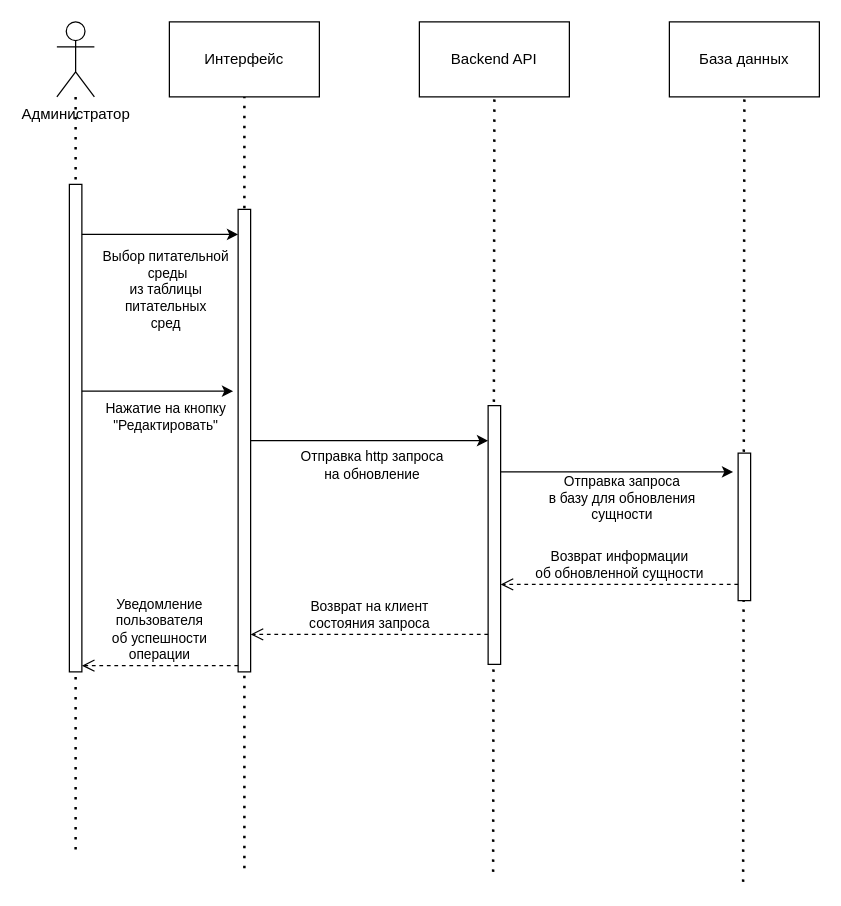
This is sequence_edit-mediums.drawio from eva01pilot/plant-tissue-diagrams, a draw.io file, before an edit. Source tidied: cells renumbered, new cells numbered last; positions are measured from the earlier drawing's top-left corner, leaving out a move shared by most shapes. Both pictures are drawn from the tidied source at 125%, with x=0, y=0 at pixel (56, 21).
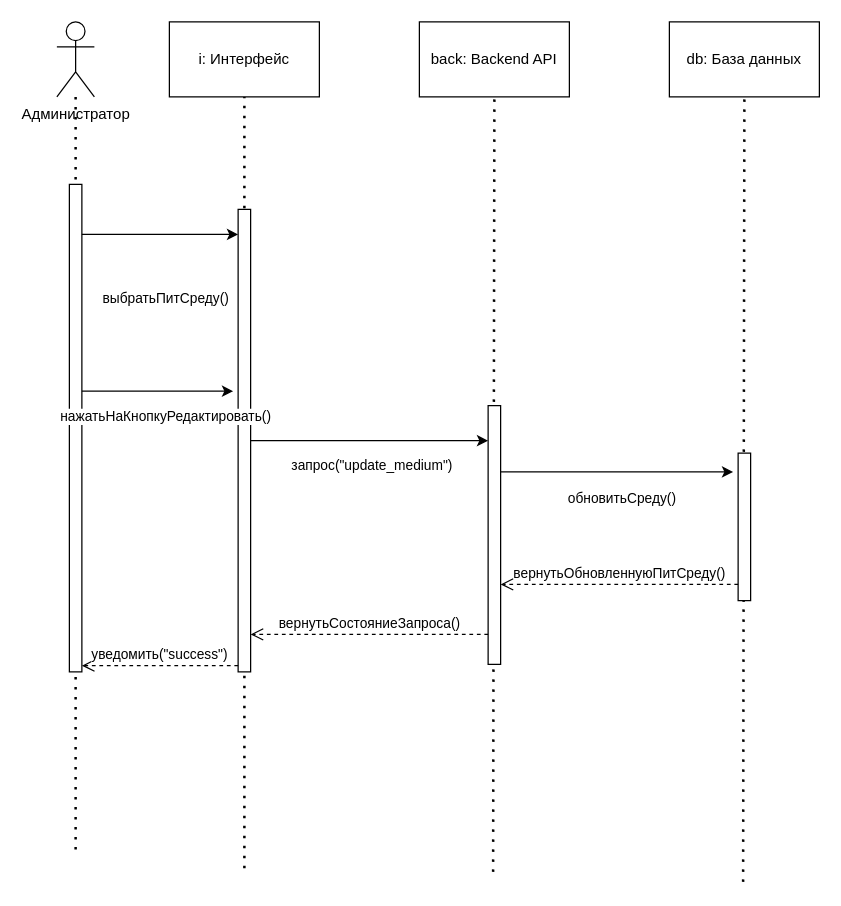
The same diagram, later.

Unchanged cells that the change refers to:
```xml
<mxCell id="8" style="html=1;points=[[0,0,0,0,5],[0,1,0,0,-5],[1,0,0,0,5],[1,1,0,0,-5]];perimeter=orthogonalPerimeter;outlineConnect=0;targetShapes=umlLifeline;portConstraint=eastwest;newEdgeStyle={&quot;curved&quot;:0,&quot;rounded&quot;:0};" parent="1" vertex="1">
  <mxGeometry x="10" y="130" width="10" height="390" as="geometry" />
</mxCell>
<mxCell id="9" style="html=1;points=[[0,0,0,0,5],[0,1,0,0,-5],[1,0,0,0,5],[1,1,0,0,-5]];perimeter=orthogonalPerimeter;outlineConnect=0;targetShapes=umlLifeline;portConstraint=eastwest;newEdgeStyle={&quot;curved&quot;:0,&quot;rounded&quot;:0};" parent="1" vertex="1">
  <mxGeometry x="145" y="150" width="10" height="370" as="geometry" />
</mxCell>
<mxCell id="11" style="html=1;points=[[0,0,0,0,5],[0,1,0,0,-5],[1,0,0,0,5],[1,1,0,0,-5]];perimeter=orthogonalPerimeter;outlineConnect=0;targetShapes=umlLifeline;portConstraint=eastwest;newEdgeStyle={&quot;curved&quot;:0,&quot;rounded&quot;:0};" parent="1" vertex="1">
  <mxGeometry x="345" y="307" width="10" height="207" as="geometry" />
</mxCell>
<mxCell id="13" style="html=1;points=[[0,0,0,0,5],[0,1,0,0,-5],[1,0,0,0,5],[1,1,0,0,-5]];perimeter=orthogonalPerimeter;outlineConnect=0;targetShapes=umlLifeline;portConstraint=eastwest;newEdgeStyle={&quot;curved&quot;:0,&quot;rounded&quot;:0};" parent="1" vertex="1">
  <mxGeometry x="545" y="345" width="10" height="118" as="geometry" />
</mxCell>
<mxCell id="14" style="endArrow=classic;html=1;rounded=0;" parent="1" edge="1">
  <mxGeometry relative="1" as="geometry">
    <mxPoint x="20" y="170" as="sourcePoint" />
    <mxPoint x="145" y="170" as="targetPoint" />
    <Array as="points">
      <mxPoint x="100" y="170" />
    </Array>
  </mxGeometry>
</mxCell>
<mxCell id="16" style="endArrow=classic;html=1;rounded=0;entryX=-0.4;entryY=0.393;entryDx=0;entryDy=0;entryPerimeter=0;" parent="1" edge="1" source="8" target="9">
  <mxGeometry relative="1" as="geometry" />
</mxCell>
<mxCell id="18" style="endArrow=classic;html=1;rounded=0;" parent="1" edge="1" source="9" target="11">
  <mxGeometry relative="1" as="geometry" />
</mxCell>
<mxCell id="20" style="endArrow=classic;html=1;rounded=0;entryX=-0.4;entryY=0.697;entryDx=0;entryDy=0;entryPerimeter=0;" parent="1" edge="1">
  <mxGeometry relative="1" as="geometry">
    <mxPoint x="355" y="360" as="sourcePoint" />
    <mxPoint x="541" y="360" as="targetPoint" />
  </mxGeometry>
</mxCell>
```

Change to the diagram source:
```diff
@@
-    <mxCell id="7" value="Интерфейс" style="rounded=0;whiteSpace=wrap;html=1;" parent="1" vertex="1">
+    <mxCell id="7" value="i: Интерфейс" style="rounded=0;whiteSpace=wrap;html=1;" parent="1" vertex="1">
       <mxGeometry x="90" width="120" height="60" as="geometry" />
     </mxCell>
@@
-    <mxCell id="10" value="Backend API" style="rounded=0;whiteSpace=wrap;html=1;" parent="1" vertex="1">
+    <mxCell id="10" value="back: Backend API" style="rounded=0;whiteSpace=wrap;html=1;" parent="1" vertex="1">
       <mxGeometry x="290" width="120" height="60" as="geometry" />
     </mxCell>
@@
-    <mxCell id="12" value="База данных" style="rounded=0;whiteSpace=wrap;html=1;" parent="1" vertex="1">
+    <mxCell id="12" value="db: База данных" style="rounded=0;whiteSpace=wrap;html=1;" parent="1" vertex="1">
       <mxGeometry x="490" width="120" height="60" as="geometry" />
     </mxCell>
@@
-    <mxCell id="15" value="&lt;div&gt;Выбор питательной&lt;/div&gt;&lt;div&gt;&amp;nbsp;среды&lt;br&gt;&lt;/div&gt;&lt;div&gt;из таблицы&lt;/div&gt;&lt;div&gt;питательных&lt;/div&gt;&lt;div&gt;сред&lt;br&gt;&lt;/div&gt;&lt;div&gt;&lt;br&gt;&lt;/div&gt;" style="edgeLabel;html=1;align=center;verticalAlign=middle;" parent="14" vertex="1">
+    <mxCell id="15" value="выбратьПитСреду()" style="edgeLabel;html=1;align=center;verticalAlign=middle;" parent="14" vertex="1">
       <mxGeometry x="-0.28" relative="1" as="geometry">
         <mxPoint x="21" y="50" as="offset" />
       </mxGeometry>
     </mxCell>
@@
-    <mxCell id="17" value="&lt;div&gt;Нажатие на кнопку&lt;/div&gt;&lt;div&gt;&quot;Редактировать&quot;&lt;br&gt;&lt;/div&gt;" style="edgeLabel;html=1;align=center;verticalAlign=middle;" parent="16" vertex="1">
+    <mxCell id="17" value="нажатьНаКнопкуРедактировать()" style="edgeLabel;html=1;align=center;verticalAlign=middle;" parent="16" vertex="1">
       <mxGeometry x="-0.16" y="-1" relative="1" as="geometry">
         <mxPoint x="15" y="19" as="offset" />
       </mxGeometry>
     </mxCell>
@@
-    <mxCell id="19" value="&lt;div&gt;Отправка http запроса&lt;/div&gt;&lt;div&gt;на обновление&lt;br&gt;&lt;/div&gt;" style="edgeLabel;html=1;align=center;verticalAlign=middle;" parent="18" vertex="1">
+    <mxCell id="19" value="запрос(&quot;update_medium&quot;)" style="edgeLabel;html=1;align=center;verticalAlign=middle;" parent="18" vertex="1">
       <mxGeometry x="-0.32" relative="1" as="geometry">
         <mxPoint x="31" y="19" as="offset" />
       </mxGeometry>
     </mxCell>
@@
-    <mxCell id="21" value="&lt;div&gt;Отправка запроса&lt;/div&gt;&lt;div&gt;в базу для обновления&lt;br&gt;&lt;/div&gt;&lt;div&gt;сущности&lt;br&gt;&lt;/div&gt;" style="edgeLabel;html=1;align=center;verticalAlign=middle;" parent="20" vertex="1">
+    <mxCell id="21" value="обновитьСреду()" style="edgeLabel;html=1;align=center;verticalAlign=middle;" parent="20" vertex="1">
       <mxGeometry x="0.24" y="-2" relative="1" as="geometry">
         <mxPoint x="-19" y="18" as="offset" />
       </mxGeometry>
     </mxCell>
-    <mxCell id="22" value="&lt;div&gt;Возврат информации &lt;br&gt;&lt;/div&gt;&lt;div&gt;об обновленной сущности&lt;br&gt;&lt;/div&gt;" style="html=1;verticalAlign=bottom;endArrow=open;dashed=1;endSize=8;curved=0;rounded=0;" parent="1" edge="1" source="13" target="11">
+    <mxCell id="22" value="вернутьОбновленнуюПитСреду()" style="html=1;verticalAlign=bottom;endArrow=open;dashed=1;endSize=8;curved=0;rounded=0;" parent="1" edge="1" source="13" target="11">
       <mxGeometry relative="1" as="geometry">
         <Array as="points">
           <mxPoint x="451" y="450" />
         </Array>
       </mxGeometry>
     </mxCell>
-    <mxCell id="23" value="&lt;div&gt;Возврат на клиент &lt;br&gt;&lt;/div&gt;&lt;div&gt;состояния запроса&lt;br&gt;&lt;/div&gt;" style="html=1;verticalAlign=bottom;endArrow=open;dashed=1;endSize=8;curved=0;rounded=0;" parent="1" edge="1">
+    <mxCell id="23" value="вернутьСостояниеЗапроса()" style="html=1;verticalAlign=bottom;endArrow=open;dashed=1;endSize=8;curved=0;rounded=0;" parent="1" edge="1">
       <mxGeometry relative="1" as="geometry">
         <mxPoint x="345" y="490" as="sourcePoint" />
         <mxPoint x="155" y="490" as="targetPoint" />
       </mxGeometry>
     </mxCell>
-    <mxCell id="24" value="&lt;div&gt;Уведомление &lt;br&gt;&lt;/div&gt;&lt;div&gt;пользователя&lt;/div&gt;&lt;div&gt;об успешности &lt;br&gt;&lt;/div&gt;&lt;div&gt;операции&lt;br&gt;&lt;/div&gt;" style="html=1;verticalAlign=bottom;endArrow=open;dashed=1;endSize=8;curved=0;rounded=0;entryX=1;entryY=1;entryDx=0;entryDy=-5;entryPerimeter=0;" parent="1" edge="1" source="9" target="8">
+    <mxCell id="24" value="уведомить(&quot;success&quot;)" style="html=1;verticalAlign=bottom;endArrow=open;dashed=1;endSize=8;curved=0;rounded=0;entryX=1;entryY=1;entryDx=0;entryDy=-5;entryPerimeter=0;" parent="1" edge="1" source="9" target="8">
       <mxGeometry relative="1" as="geometry" />
     </mxCell>
```
